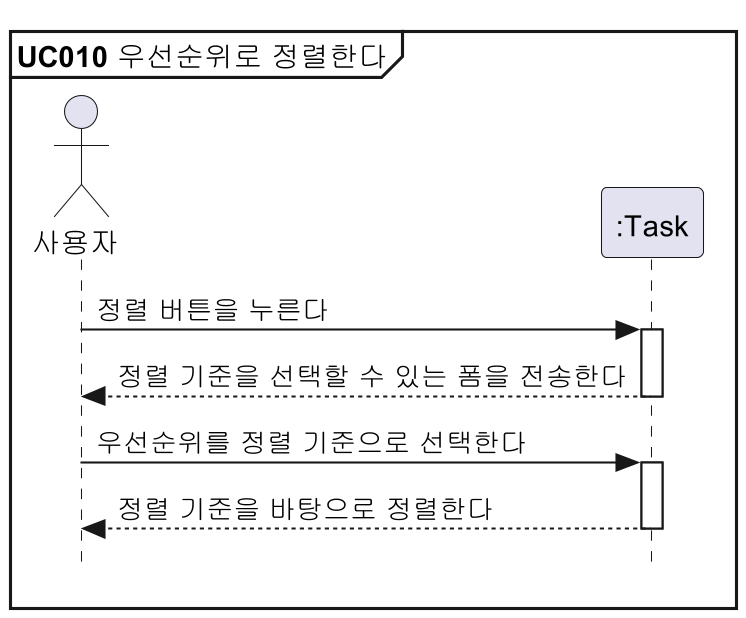
Above: docs/설계명세서/images/seq_diag/uc010.png in parkchamchi/SoftwareEngineering2023 (PlantUML), before the change. The source it was exported from:
```plantuml
@startuml
!includesub style.puml!STYLE

mainframe **UC010** 우선순위로 정렬한다

actor 사용자
participant ":Task" as Task

사용자 -> Task : 정렬 버튼을 누른다
Task --> 사용자 : 정렬 기준을 선택할 수 있는 폼을 전송한다
사용자 -> Task : 우선순위를 정렬 기준으로 선택한다
Task --> 사용자 : 정렬 기준을 바탕으로 정렬한다

@enduml
```
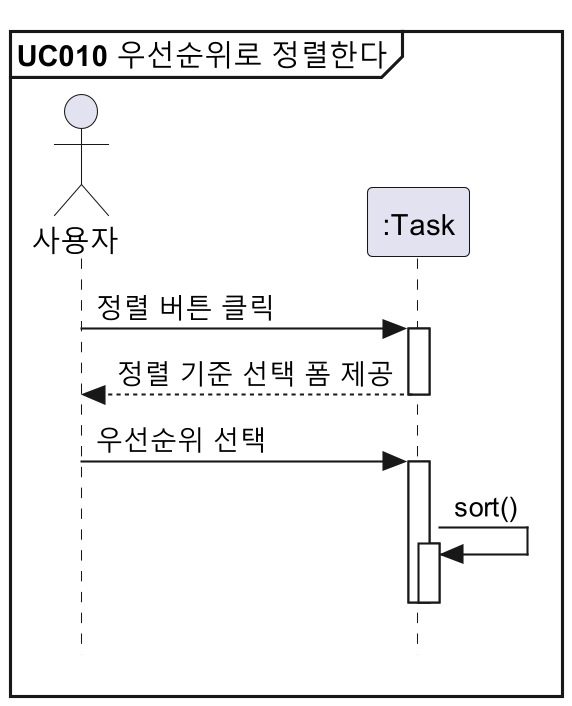
Above is the later version.

The edit, as a diff of the source:
```diff
@@ -6,9 +6,11 @@
 actor 사용자
 participant ":Task" as Task
 
-사용자 -> Task : 정렬 버튼을 누른다
-Task --> 사용자 : 정렬 기준을 선택할 수 있는 폼을 전송한다
-사용자 -> Task : 우선순위를 정렬 기준으로 선택한다
-Task --> 사용자 : 정렬 기준을 바탕으로 정렬한다
+사용자 -> Task : 정렬 버튼 클릭
+Task --> 사용자 : 정렬 기준 선택 폼 제공
+사용자 -> Task : 우선순위 선택
+Task -> Task : sort()
+deactivate Task
+deactivate Task
 
 @enduml
```
